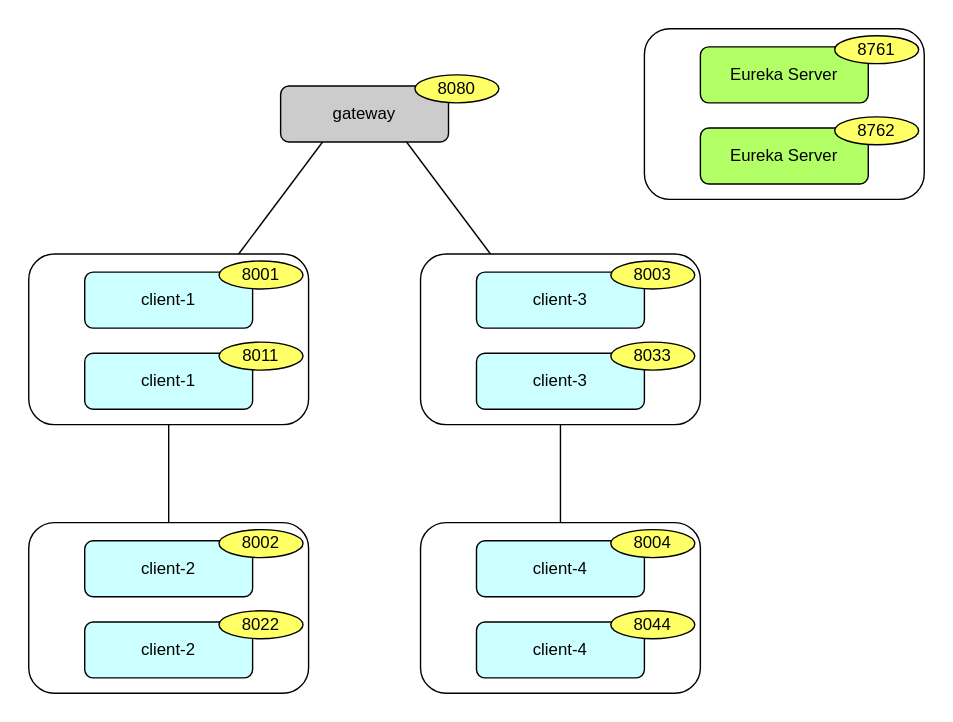
Earlier version of the draw.io export microservice.drawio.svg (masakiii03/microservice-sample). Source tidied: cells renumbered, new cells last; positions are measured from the earlier drawing's top-left corner, leaving out a move shared by most shapes. Its diagram source:
```xml
<mxGraphModel>
  <root>
    <mxCell id="0" />
    <mxCell id="1" parent="0" />
    <mxCell id="2" value="gateway" style="rounded=1;whiteSpace=wrap;html=1;fillColor=#CCCCCC;" parent="1" vertex="1">
      <mxGeometry x="180" y="41" width="120" height="40" as="geometry" />
    </mxCell>
    <mxCell id="3" value="8080" style="ellipse;whiteSpace=wrap;html=1;fillColor=#FFFF66;" parent="1" vertex="1">
      <mxGeometry x="276" y="33" width="60" height="20" as="geometry" />
    </mxCell>
    <mxCell id="4" style="rounded=1;whiteSpace=wrap;html=1;fillColor=#FFFFFF;" parent="1" vertex="1">
      <mxGeometry x="440" width="200" height="122" as="geometry" />
    </mxCell>
    <mxCell id="5" value="Eureka Server" style="rounded=1;whiteSpace=wrap;html=1;fillColor=#B3FF66;" parent="1" vertex="1">
      <mxGeometry x="480" y="13" width="120" height="40" as="geometry" />
    </mxCell>
    <mxCell id="6" value="8761" style="ellipse;whiteSpace=wrap;html=1;fillColor=#FFFF66;" parent="1" vertex="1">
      <mxGeometry x="576" y="5" width="60" height="20" as="geometry" />
    </mxCell>
    <mxCell id="7" value="Eureka Server" style="rounded=1;whiteSpace=wrap;html=1;fillColor=#B3FF66;" parent="1" vertex="1">
      <mxGeometry x="480" y="71" width="120" height="40" as="geometry" />
    </mxCell>
    <mxCell id="8" value="8762" style="ellipse;whiteSpace=wrap;html=1;fillColor=#FFFF66;" parent="1" vertex="1">
      <mxGeometry x="576" y="63" width="60" height="20" as="geometry" />
    </mxCell>
    <mxCell id="9" style="rounded=1;whiteSpace=wrap;html=1;fillColor=#FFFFFF;" parent="1" vertex="1">
      <mxGeometry y="161" width="200" height="122" as="geometry" />
    </mxCell>
    <mxCell id="10" value="client-1" style="rounded=1;whiteSpace=wrap;html=1;fillColor=#CCFFFF;" parent="1" vertex="1">
      <mxGeometry x="40" y="174" width="120" height="40" as="geometry" />
    </mxCell>
    <mxCell id="11" value="8001" style="ellipse;whiteSpace=wrap;html=1;fillColor=#FFFF66;" parent="1" vertex="1">
      <mxGeometry x="136" y="166" width="60" height="20" as="geometry" />
    </mxCell>
    <mxCell id="12" value="client-1" style="rounded=1;whiteSpace=wrap;html=1;fillColor=#CCFFFF;" parent="1" vertex="1">
      <mxGeometry x="40" y="232" width="120" height="40" as="geometry" />
    </mxCell>
    <mxCell id="13" value="8011" style="ellipse;whiteSpace=wrap;html=1;fillColor=#FFFF66;" parent="1" vertex="1">
      <mxGeometry x="136" y="224" width="60" height="20" as="geometry" />
    </mxCell>
    <mxCell id="14" style="rounded=1;whiteSpace=wrap;html=1;fillColor=#FFFFFF;" parent="1" vertex="1">
      <mxGeometry x="280" y="161" width="200" height="122" as="geometry" />
    </mxCell>
    <mxCell id="15" value="client-3" style="rounded=1;whiteSpace=wrap;html=1;fillColor=#CCFFFF;" parent="1" vertex="1">
      <mxGeometry x="320" y="174" width="120" height="40" as="geometry" />
    </mxCell>
    <mxCell id="16" value="8003" style="ellipse;whiteSpace=wrap;html=1;fillColor=#FFFF66;" parent="1" vertex="1">
      <mxGeometry x="416" y="166" width="60" height="20" as="geometry" />
    </mxCell>
    <mxCell id="17" value="client-3" style="rounded=1;whiteSpace=wrap;html=1;fillColor=#CCFFFF;" parent="1" vertex="1">
      <mxGeometry x="320" y="232" width="120" height="40" as="geometry" />
    </mxCell>
    <mxCell id="18" value="8033" style="ellipse;whiteSpace=wrap;html=1;fillColor=#FFFF66;" parent="1" vertex="1">
      <mxGeometry x="416" y="224" width="60" height="20" as="geometry" />
    </mxCell>
    <mxCell id="19" style="endArrow=none;html=1;rounded=0;entryX=0.25;entryY=0;entryDx=0;entryDy=0;exitX=0.75;exitY=1;exitDx=0;exitDy=0;" parent="1" edge="1" source="2" target="14">
      <mxGeometry relative="1" as="geometry" />
    </mxCell>
    <mxCell id="20" style="endArrow=none;html=1;rounded=0;entryX=0.25;entryY=1;entryDx=0;entryDy=0;exitX=0.75;exitY=0;exitDx=0;exitDy=0;" parent="1" edge="1" source="9" target="2">
      <mxGeometry relative="1" as="geometry" />
    </mxCell>
    <mxCell id="21" style="rounded=1;whiteSpace=wrap;html=1;fillColor=#FFFFFF;" parent="1" vertex="1">
      <mxGeometry y="353" width="200" height="122" as="geometry" />
    </mxCell>
    <mxCell id="22" value="client-2" style="rounded=1;whiteSpace=wrap;html=1;fillColor=#CCFFFF;" parent="1" vertex="1">
      <mxGeometry x="40" y="366" width="120" height="40" as="geometry" />
    </mxCell>
    <mxCell id="23" value="8002" style="ellipse;whiteSpace=wrap;html=1;fillColor=#FFFF66;" parent="1" vertex="1">
      <mxGeometry x="136" y="358" width="60" height="20" as="geometry" />
    </mxCell>
    <mxCell id="24" value="client-2" style="rounded=1;whiteSpace=wrap;html=1;fillColor=#CCFFFF;" parent="1" vertex="1">
      <mxGeometry x="40" y="424" width="120" height="40" as="geometry" />
    </mxCell>
    <mxCell id="25" value="8022" style="ellipse;whiteSpace=wrap;html=1;fillColor=#FFFF66;" parent="1" vertex="1">
      <mxGeometry x="136" y="416" width="60" height="20" as="geometry" />
    </mxCell>
    <mxCell id="26" style="rounded=1;whiteSpace=wrap;html=1;fillColor=#FFFFFF;" parent="1" vertex="1">
      <mxGeometry x="280" y="353" width="200" height="122" as="geometry" />
    </mxCell>
    <mxCell id="27" value="client-4" style="rounded=1;whiteSpace=wrap;html=1;fillColor=#CCFFFF;" parent="1" vertex="1">
      <mxGeometry x="320" y="366" width="120" height="40" as="geometry" />
    </mxCell>
    <mxCell id="28" value="8004" style="ellipse;whiteSpace=wrap;html=1;fillColor=#FFFF66;" parent="1" vertex="1">
      <mxGeometry x="416" y="358" width="60" height="20" as="geometry" />
    </mxCell>
    <mxCell id="29" value="client-4" style="rounded=1;whiteSpace=wrap;html=1;fillColor=#CCFFFF;" parent="1" vertex="1">
      <mxGeometry x="320" y="424" width="120" height="40" as="geometry" />
    </mxCell>
    <mxCell id="30" value="8044" style="ellipse;whiteSpace=wrap;html=1;fillColor=#FFFF66;" parent="1" vertex="1">
      <mxGeometry x="416" y="416" width="60" height="20" as="geometry" />
    </mxCell>
    <mxCell id="31" style="endArrow=none;html=1;rounded=0;entryX=0.5;entryY=0;entryDx=0;entryDy=0;exitX=0.5;exitY=1;exitDx=0;exitDy=0;" parent="1" edge="1" source="9" target="21">
      <mxGeometry relative="1" as="geometry" />
    </mxCell>
    <mxCell id="32" style="endArrow=none;html=1;rounded=0;entryX=0.5;entryY=0;entryDx=0;entryDy=0;exitX=0.5;exitY=1;exitDx=0;exitDy=0;" parent="1" edge="1" source="14" target="26">
      <mxGeometry relative="1" as="geometry" />
    </mxCell>
  </root>
</mxGraphModel>
```
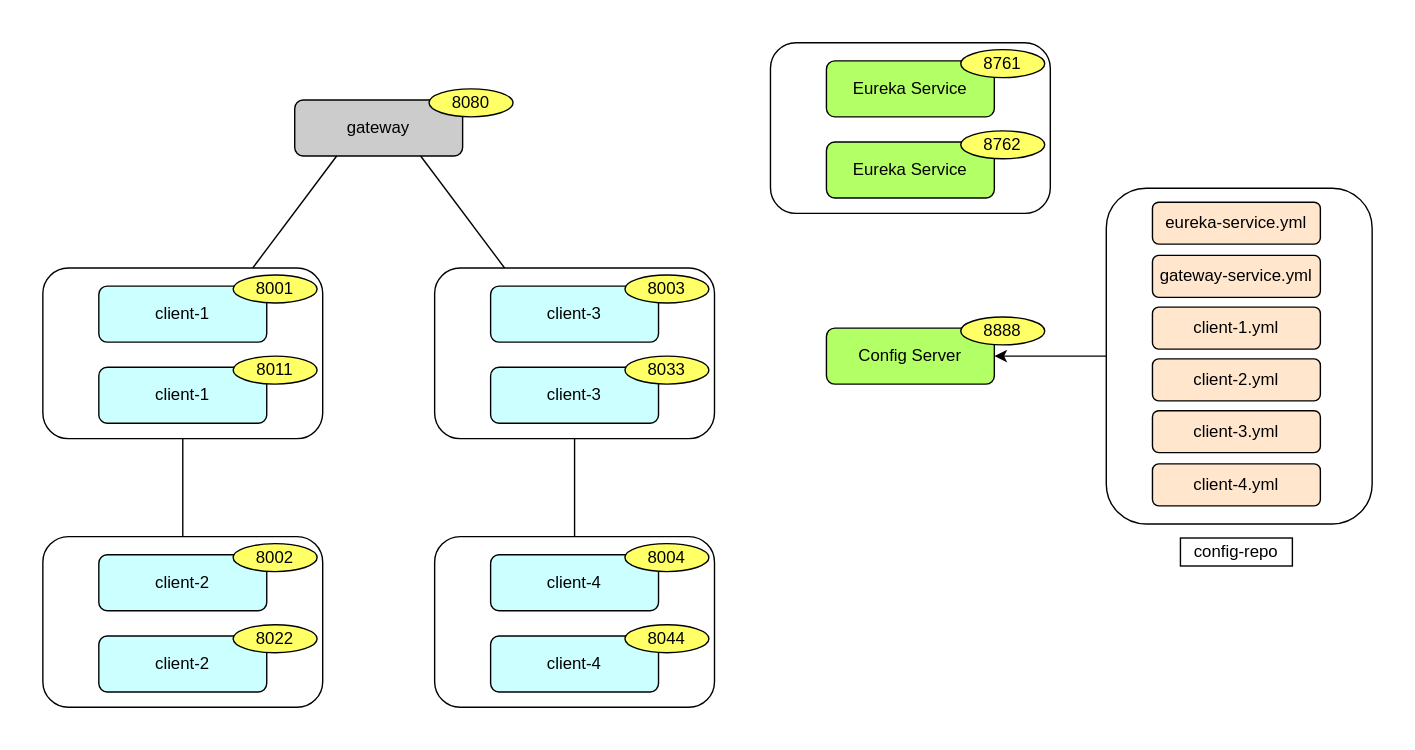
Above is the later version.

The edit, as a diff of the source:
```diff
@@ -9,19 +9,19 @@
       <mxGeometry x="276" y="33" width="60" height="20" as="geometry" />
     </mxCell>
     <mxCell id="4" style="rounded=1;whiteSpace=wrap;html=1;fillColor=#FFFFFF;" parent="1" vertex="1">
-      <mxGeometry x="440" width="200" height="122" as="geometry" />
+      <mxGeometry x="520" width="200" height="122" as="geometry" />
     </mxCell>
-    <mxCell id="5" value="Eureka Server" style="rounded=1;whiteSpace=wrap;html=1;fillColor=#B3FF66;" parent="1" vertex="1">
-      <mxGeometry x="480" y="13" width="120" height="40" as="geometry" />
+    <mxCell id="5" value="Eureka Service" style="rounded=1;whiteSpace=wrap;html=1;fillColor=#B3FF66;" parent="1" vertex="1">
+      <mxGeometry x="560" y="13" width="120" height="40" as="geometry" />
     </mxCell>
     <mxCell id="6" value="8761" style="ellipse;whiteSpace=wrap;html=1;fillColor=#FFFF66;" parent="1" vertex="1">
-      <mxGeometry x="576" y="5" width="60" height="20" as="geometry" />
+      <mxGeometry x="656" y="5" width="60" height="20" as="geometry" />
     </mxCell>
-    <mxCell id="7" value="Eureka Server" style="rounded=1;whiteSpace=wrap;html=1;fillColor=#B3FF66;" parent="1" vertex="1">
-      <mxGeometry x="480" y="71" width="120" height="40" as="geometry" />
+    <mxCell id="7" value="Eureka Service" style="rounded=1;whiteSpace=wrap;html=1;fillColor=#B3FF66;" parent="1" vertex="1">
+      <mxGeometry x="560" y="71" width="120" height="40" as="geometry" />
     </mxCell>
     <mxCell id="8" value="8762" style="ellipse;whiteSpace=wrap;html=1;fillColor=#FFFF66;" parent="1" vertex="1">
-      <mxGeometry x="576" y="63" width="60" height="20" as="geometry" />
+      <mxGeometry x="656" y="63" width="60" height="20" as="geometry" />
     </mxCell>
     <mxCell id="9" style="rounded=1;whiteSpace=wrap;html=1;fillColor=#FFFFFF;" parent="1" vertex="1">
       <mxGeometry y="161" width="200" height="122" as="geometry" />
@@ -95,5 +95,38 @@
     <mxCell id="32" style="endArrow=none;html=1;rounded=0;entryX=0.5;entryY=0;entryDx=0;entryDy=0;exitX=0.5;exitY=1;exitDx=0;exitDy=0;" parent="1" edge="1" source="14" target="26">
       <mxGeometry relative="1" as="geometry" />
     </mxCell>
+    <mxCell id="33" value="Config Server" style="rounded=1;whiteSpace=wrap;html=1;fillColor=#B3FF66;" parent="1" vertex="1">
+      <mxGeometry x="560" y="204" width="120" height="40" as="geometry" />
+    </mxCell>
+    <mxCell id="34" value="8888" style="ellipse;whiteSpace=wrap;html=1;fillColor=#FFFF66;" parent="1" vertex="1">
+      <mxGeometry x="656" y="196" width="60" height="20" as="geometry" />
+    </mxCell>
+    <mxCell id="35" value="config-repo" style="rounded=0;whiteSpace=wrap;html=1;" parent="1" vertex="1">
+      <mxGeometry x="813" y="354" width="80" height="20" as="geometry" />
+    </mxCell>
+    <mxCell id="36" style="endArrow=classic;html=1;rounded=0;exitX=0;exitY=0.5;exitDx=0;exitDy=0;entryX=1;entryY=0.5;entryDx=0;entryDy=0;" parent="1" edge="1" source="37" target="33">
+      <mxGeometry relative="1" as="geometry" />
+    </mxCell>
+    <mxCell id="37" style="rounded=1;whiteSpace=wrap;html=1;fillColor=#FFFFFF;" parent="1" vertex="1">
+      <mxGeometry x="760" y="104" width="190" height="240" as="geometry" />
+    </mxCell>
+    <mxCell id="38" value="eureka-service.yml" style="rounded=1;whiteSpace=wrap;html=1;fillColor=#FFE6CC;" parent="1" vertex="1">
+      <mxGeometry x="793" y="114" width="120" height="30" as="geometry" />
+    </mxCell>
+    <mxCell id="39" value="gateway-service.yml" style="rounded=1;whiteSpace=wrap;html=1;fillColor=#FFE6CC;" parent="1" vertex="1">
+      <mxGeometry x="793" y="152" width="120" height="30" as="geometry" />
+    </mxCell>
+    <mxCell id="40" value="client-1.yml" style="rounded=1;whiteSpace=wrap;html=1;fillColor=#FFE6CC;" parent="1" vertex="1">
+      <mxGeometry x="793" y="189" width="120" height="30" as="geometry" />
+    </mxCell>
+    <mxCell id="41" value="client-2.yml" style="rounded=1;whiteSpace=wrap;html=1;fillColor=#FFE6CC;" parent="1" vertex="1">
+      <mxGeometry x="793" y="226" width="120" height="30" as="geometry" />
+    </mxCell>
+    <mxCell id="42" value="client-3.yml" style="rounded=1;whiteSpace=wrap;html=1;fillColor=#FFE6CC;" parent="1" vertex="1">
+      <mxGeometry x="793" y="263" width="120" height="30" as="geometry" />
+    </mxCell>
+    <mxCell id="43" value="client-4.yml" style="rounded=1;whiteSpace=wrap;html=1;fillColor=#FFE6CC;" parent="1" vertex="1">
+      <mxGeometry x="793" y="301" width="120" height="30" as="geometry" />
+    </mxCell>
   </root>
 </mxGraphModel>
```
